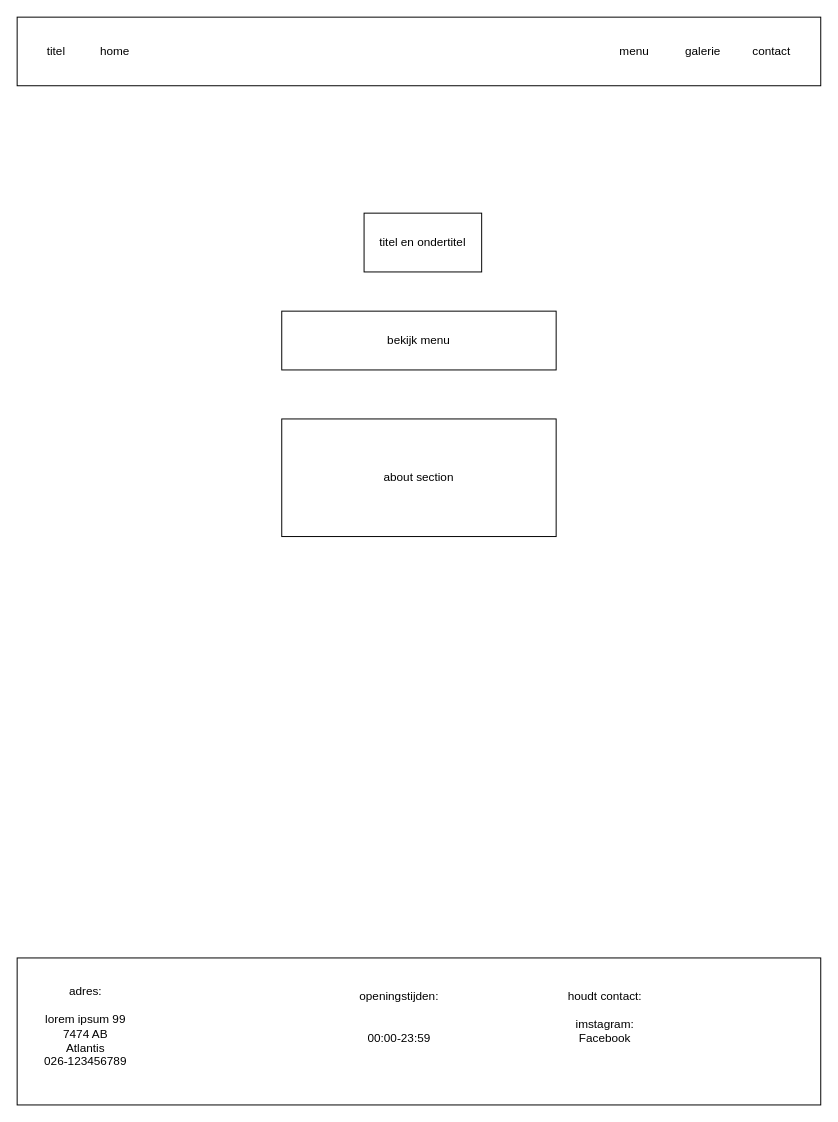
Above: page "home pagina" (1 of 4) of website-design.drawio in Yonaki51/webapplicatie-1-restaurant-website (draw.io), before the change. Source tidied: cells renumbered, new cells numbered last; positions are measured from the earlier drawing's top-left corner, leaving out a move shared by most shapes. Both pictures are drawn from the tidied source at 98%, with x=0, y=0 at pixel (17, 17).
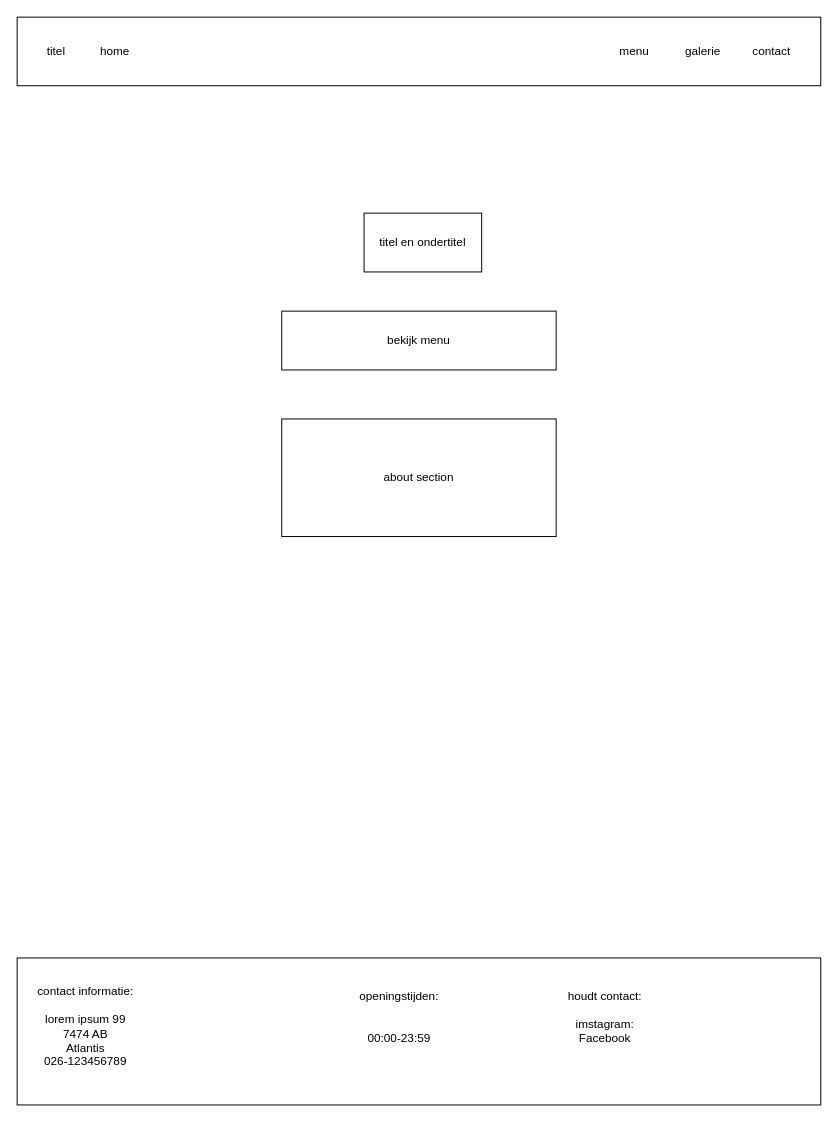
Above is the later version.

The edit, as a diff of the source:
```diff
@@
 <mxGraphModel>
   <root>
     <mxCell id="0" />
     <mxCell id="1" parent="0" />
     <mxCell id="2" style="rounded=0;whiteSpace=wrap;html=1;" parent="1" vertex="1">
       <mxGeometry width="820" height="70" as="geometry" />
     </mxCell>
     <mxCell id="3" value="home" style="text;html=1;whiteSpace=wrap;strokeColor=none;fillColor=none;align=center;verticalAlign=middle;rounded=0;" parent="1" vertex="1">
       <mxGeometry x="70" y="20" width="60" height="30" as="geometry" />
     </mxCell>
     <mxCell id="4" value="menu" style="text;html=1;whiteSpace=wrap;strokeColor=none;fillColor=none;align=center;verticalAlign=middle;rounded=0;" parent="1" vertex="1">
       <mxGeometry x="600" y="20" width="60" height="30" as="geometry" />
     </mxCell>
     <mxCell id="5" value="galerie" style="text;html=1;whiteSpace=wrap;strokeColor=none;fillColor=none;align=center;verticalAlign=middle;rounded=0;" parent="1" vertex="1">
       <mxGeometry x="670" y="20" width="60" height="30" as="geometry" />
     </mxCell>
     <mxCell id="6" value="contact" style="text;html=1;whiteSpace=wrap;strokeColor=none;fillColor=none;align=center;verticalAlign=middle;rounded=0;" parent="1" vertex="1">
       <mxGeometry x="740" y="20" width="60" height="30" as="geometry" />
     </mxCell>
     <mxCell id="7" value="about section" style="rounded=0;whiteSpace=wrap;html=1;" parent="1" vertex="1">
       <mxGeometry x="270" y="410" width="280" height="120" as="geometry" />
     </mxCell>
     <mxCell id="8" value="bekijk menu" style="rounded=0;whiteSpace=wrap;html=1;" parent="1" vertex="1">
       <mxGeometry x="270" y="300" width="280" height="60" as="geometry" />
     </mxCell>
     <mxCell id="9" value="titel" style="text;html=1;whiteSpace=wrap;strokeColor=none;fillColor=none;align=center;verticalAlign=middle;rounded=0;" parent="1" vertex="1">
       <mxGeometry x="10" y="20" width="60" height="30" as="geometry" />
     </mxCell>
     <mxCell id="10" value="titel en ondertitel" style="rounded=0;whiteSpace=wrap;html=1;" parent="1" vertex="1">
       <mxGeometry x="354" y="200" width="120" height="60" as="geometry" />
     </mxCell>
     <mxCell id="11" style="rounded=0;whiteSpace=wrap;html=1;" parent="1" vertex="1">
       <mxGeometry y="960" width="820" height="150" as="geometry" />
     </mxCell>
-    <mxCell id="12" value="adres:&lt;br&gt;&lt;br&gt;lorem ipsum 99&lt;br&gt;7474 AB&lt;br&gt;Atlantis&lt;br&gt;026-123456789" style="text;html=1;align=center;verticalAlign=middle;whiteSpace=wrap;rounded=0;" parent="1" vertex="1">
+    <mxCell id="12" value="contact informatie:&lt;br&gt;&lt;br&gt;lorem ipsum 99&lt;br&gt;7474 AB&lt;br&gt;Atlantis&lt;br&gt;026-123456789" style="text;html=1;align=center;verticalAlign=middle;whiteSpace=wrap;rounded=0;" parent="1" vertex="1">
       <mxGeometry x="10" y="1000" width="120" height="60" as="geometry" />
     </mxCell>
     <mxCell id="13" value="openingstijden:&lt;br&gt;&lt;br&gt;&lt;br&gt;00:00-23:59" style="text;html=1;align=center;verticalAlign=middle;whiteSpace=wrap;rounded=0;" parent="1" vertex="1">
       <mxGeometry x="330" y="980" width="120" height="80" as="geometry" />
     </mxCell>
     <mxCell id="14" value="houdt contact:&lt;br&gt;&lt;br&gt;imstagram:&lt;br&gt;Facebook" style="text;html=1;align=center;verticalAlign=middle;whiteSpace=wrap;rounded=0;" parent="1" vertex="1">
       <mxGeometry x="560" y="1000" width="80" height="40" as="geometry" />
     </mxCell>
   </root>
 </mxGraphModel>
```
